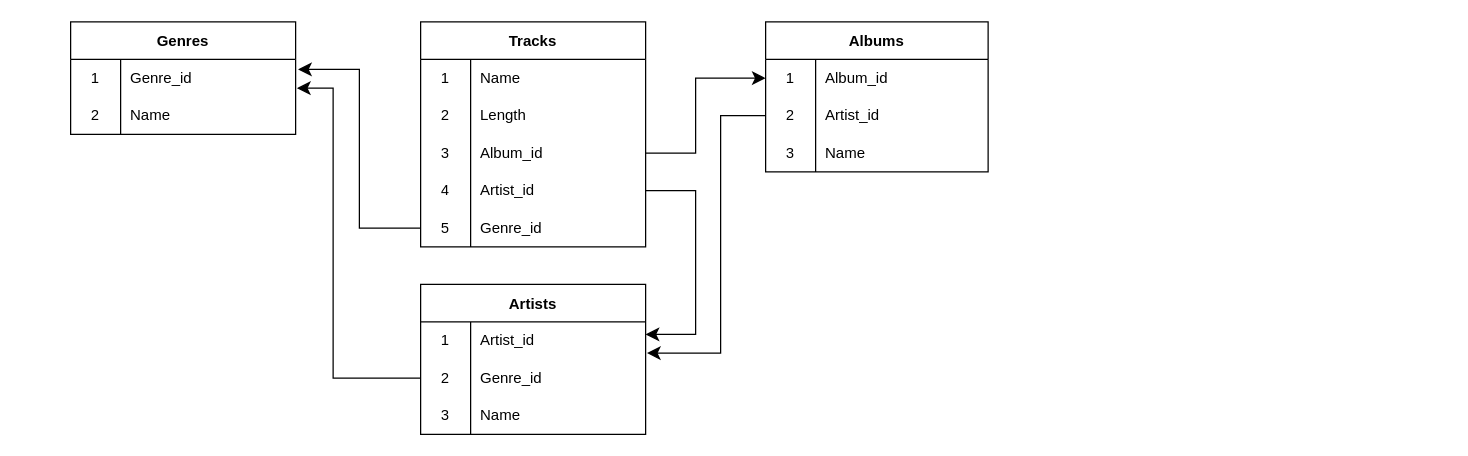
Earlier version of the draw.io diagram db_01.drawio (DikVasDoPiL/db). Source tidied: cells renumbered, new cells numbered last; positions are measured from the earlier drawing's top-left corner, leaving out a move shared by most shapes. Both pictures are drawn from the tidied source at 125%, with x=0, y=0 at pixel (70, 21).
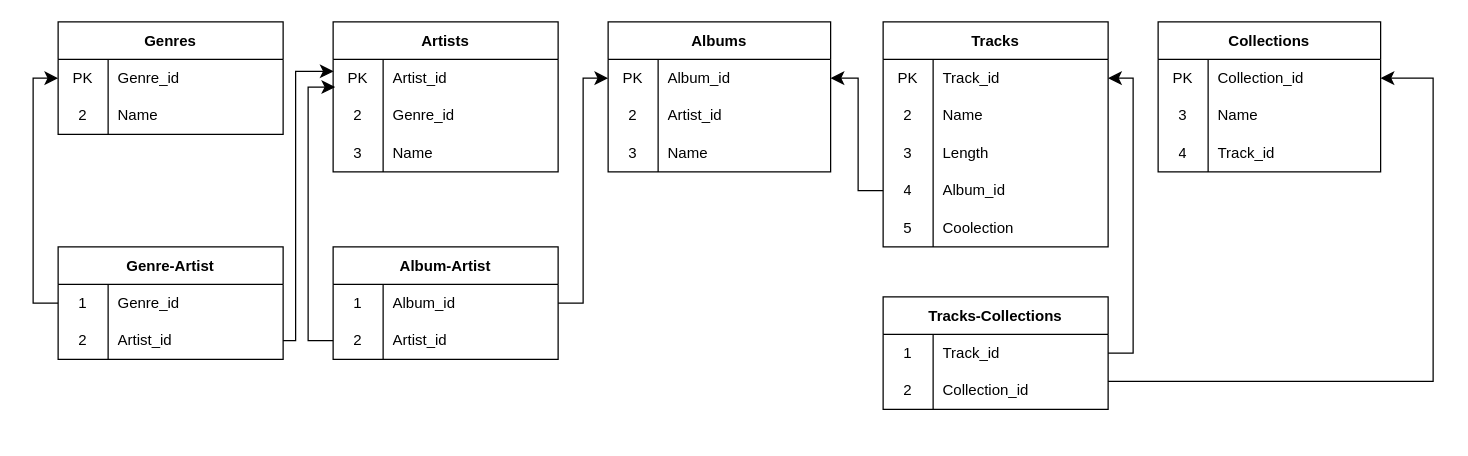
The same diagram, later.

Unchanged cells that the change refers to:
```xml
<mxCell id="3" style="shape=tableRow;horizontal=0;startSize=0;swimlaneHead=0;swimlaneBody=0;top=0;left=0;bottom=0;right=0;fillColor=none;" parent="2" vertex="1">
  <mxGeometry y="30" width="180" height="30" as="geometry" />
</mxCell>
<mxCell id="6" style="shape=tableRow;horizontal=0;startSize=0;swimlaneHead=0;swimlaneBody=0;top=0;left=0;bottom=0;right=0;fillColor=none;" parent="2" vertex="1">
  <mxGeometry y="60" width="180" height="30" as="geometry" />
</mxCell>
<mxCell id="9" style="shape=tableRow;horizontal=0;startSize=0;swimlaneHead=0;swimlaneBody=0;top=0;left=0;bottom=0;right=0;fillColor=none;points=[[0,0.5],[1,0.5]];portConstraint=eastwest;" parent="2" vertex="1">
  <mxGeometry y="90" width="180" height="30" as="geometry" />
</mxCell>
<mxCell id="12" style="shape=tableRow;horizontal=0;startSize=0;swimlaneHead=0;swimlaneBody=0;top=0;left=0;bottom=0;right=0;fillColor=none;points=[[0,0.5],[1,0.5]];portConstraint=eastwest;" parent="2" vertex="1">
  <mxGeometry y="120" width="180" height="30" as="geometry" />
</mxCell>
<mxCell id="15" style="shape=tableRow;horizontal=0;startSize=0;swimlaneHead=0;swimlaneBody=0;top=0;left=0;bottom=0;right=0;fillColor=none;points=[[0,0.5],[1,0.5]];portConstraint=eastwest;" parent="2" vertex="1">
  <mxGeometry y="150" width="180" height="30" as="geometry" />
</mxCell>
<mxCell id="19" style="shape=tableRow;horizontal=0;startSize=0;swimlaneHead=0;swimlaneBody=0;top=0;left=0;bottom=0;right=0;fillColor=none;points=[[0,0.5],[1,0.5]];portConstraint=eastwest;" parent="18" vertex="1">
  <mxGeometry y="30" width="180" height="30" as="geometry" />
</mxCell>
<mxCell id="27" style="shape=tableRow;horizontal=0;startSize=0;swimlaneHead=0;swimlaneBody=0;top=0;left=0;bottom=0;right=0;fillColor=none;points=[[0,0.5],[1,0.5]];portConstraint=eastwest;" parent="26" vertex="1">
  <mxGeometry y="30" width="180" height="30" as="geometry" />
</mxCell>
<mxCell id="30" style="shape=tableRow;horizontal=0;startSize=0;swimlaneHead=0;swimlaneBody=0;top=0;left=0;bottom=0;right=0;fillColor=none;points=[[0,0.5],[1,0.5]];portConstraint=eastwest;" parent="26" vertex="1">
  <mxGeometry y="60" width="180" height="30" as="geometry" />
</mxCell>
<mxCell id="39" style="shape=tableRow;horizontal=0;startSize=0;swimlaneHead=0;swimlaneBody=0;top=0;left=0;bottom=0;right=0;fillColor=none;points=[[0,0.5],[1,0.5]];portConstraint=eastwest;" parent="38" vertex="1">
  <mxGeometry y="30" width="178" height="30" as="geometry" />
</mxCell>
<mxCell id="42" style="shape=tableRow;horizontal=0;startSize=0;swimlaneHead=0;swimlaneBody=0;top=0;left=0;bottom=0;right=0;fillColor=none;points=[[0,0.5],[1,0.5]];portConstraint=eastwest;" parent="38" vertex="1">
  <mxGeometry y="60" width="178" height="30" as="geometry" />
</mxCell>
```

Diff of the diagram source:
```diff
@@
     <mxCell id="2" value="Tracks" style="shape=table;startSize=30;childLayout=tableLayout;rowLines=0;fontStyle=1;" parent="1" vertex="1">
-      <mxGeometry x="280" width="180" height="180" as="geometry" />
+      <mxGeometry x="650" width="180" height="180" as="geometry" />
     </mxCell>
@@
-    <mxCell id="4" value="1" style="shape=partialRectangle;html=1;whiteSpace=wrap;fillColor=none;top=0;left=0;bottom=0;right=0;overflow=hidden;" parent="3" vertex="1">
+    <mxCell id="4" value="PK" style="shape=partialRectangle;html=1;whiteSpace=wrap;fillColor=none;top=0;left=0;bottom=0;right=0;overflow=hidden;" parent="3" vertex="1">
       <mxGeometry width="40" height="30" as="geometry" />
     </mxCell>
-    <mxCell id="5" value="Name" style="shape=partialRectangle;html=1;whiteSpace=wrap;fillColor=none;top=0;left=0;bottom=0;right=0;align=left;spacingLeft=6;overflow=hidden;" parent="3" vertex="1">
+    <mxCell id="5" value="Track_id" style="shape=partialRectangle;html=1;whiteSpace=wrap;fillColor=none;top=0;left=0;bottom=0;right=0;align=left;spacingLeft=6;overflow=hidden;" parent="3" vertex="1">
       <mxGeometry x="40" width="140" height="30" as="geometry" />
     </mxCell>
@@
-    <mxCell id="8" value="Length" style="shape=partialRectangle;html=1;whiteSpace=wrap;fillColor=none;top=0;left=0;bottom=0;right=0;align=left;spacingLeft=6;overflow=hidden;" parent="6" vertex="1">
+    <mxCell id="8" value="Name" style="shape=partialRectangle;html=1;whiteSpace=wrap;fillColor=none;top=0;left=0;bottom=0;right=0;align=left;spacingLeft=6;overflow=hidden;" parent="6" vertex="1">
       <mxGeometry x="40" width="140" height="30" as="geometry" />
     </mxCell>
@@
-    <mxCell id="11" value="Album_id" style="shape=partialRectangle;html=1;whiteSpace=wrap;fillColor=none;top=0;left=0;bottom=0;right=0;align=left;spacingLeft=6;overflow=hidden;" parent="9" vertex="1">
+    <mxCell id="11" value="Length" style="shape=partialRectangle;html=1;whiteSpace=wrap;fillColor=none;top=0;left=0;bottom=0;right=0;align=left;spacingLeft=6;overflow=hidden;" parent="9" vertex="1">
       <mxGeometry x="40" width="140" height="30" as="geometry" />
     </mxCell>
@@
-    <mxCell id="14" value="Artist_id" style="shape=partialRectangle;html=1;whiteSpace=wrap;fillColor=none;top=0;left=0;bottom=0;right=0;align=left;spacingLeft=6;overflow=hidden;" parent="12" vertex="1">
+    <mxCell id="14" value="Album_id" style="shape=partialRectangle;html=1;whiteSpace=wrap;fillColor=none;top=0;left=0;bottom=0;right=0;align=left;spacingLeft=6;overflow=hidden;" parent="12" vertex="1">
       <mxGeometry x="40" width="140" height="30" as="geometry" />
     </mxCell>
@@
-    <mxCell id="17" value="Genre_id" style="shape=partialRectangle;html=1;whiteSpace=wrap;fillColor=none;top=0;left=0;bottom=0;right=0;align=left;spacingLeft=6;overflow=hidden;" parent="15" vertex="1">
-      <mxGeometry x="40" width="140" height="30" as="geometry" />
-    </mxCell>
+    <mxCell id="50" value="Coolection" style="shape=partialRectangle;html=1;whiteSpace=wrap;fillColor=none;top=0;left=0;bottom=0;right=0;align=left;spacingLeft=6;overflow=hidden;" parent="15" vertex="1">
+      <mxGeometry x="40" width="140" height="30" as="geometry" />
+    </mxCell>
     <mxCell id="18" value="Genres" style="shape=table;startSize=30;childLayout=tableLayout;rowLines=0;fontStyle=1;" parent="1" vertex="1">
-      <mxGeometry width="180" height="90" as="geometry" />
+      <mxGeometry x="-10" width="180" height="90" as="geometry" />
     </mxCell>
@@
-    <mxCell id="20" value="1" style="shape=partialRectangle;html=1;whiteSpace=wrap;fillColor=none;top=0;left=0;bottom=0;right=0;overflow=hidden;" parent="19" vertex="1">
+    <mxCell id="20" value="PK" style="shape=partialRectangle;html=1;whiteSpace=wrap;fillColor=none;top=0;left=0;bottom=0;right=0;overflow=hidden;" parent="19" vertex="1">
       <mxGeometry width="40" height="30" as="geometry" />
     </mxCell>
@@
-    <mxCell id="25" style="edgeStyle=elbowEdgeStyle;elbow=horizontal;endArrow=classic;html=1;curved=0;rounded=0;endSize=8;startSize=8;exitX=0;exitY=0.5;exitDx=0;exitDy=0;entryX=1.011;entryY=0.267;entryDx=0;entryDy=0;entryPerimeter=0;" parent="1" edge="1" source="15" target="19">
-      <mxGeometry relative="1" as="geometry" />
-    </mxCell>
     <mxCell id="26" value="Artists" style="shape=table;startSize=30;childLayout=tableLayout;rowLines=0;fontStyle=1;" parent="1" vertex="1">
-      <mxGeometry x="280" y="210" width="180" height="120" as="geometry" />
+      <mxGeometry x="210" width="180" height="120" as="geometry" />
     </mxCell>
@@
-    <mxCell id="28" value="1" style="shape=partialRectangle;html=1;whiteSpace=wrap;fillColor=none;top=0;left=0;bottom=0;right=0;overflow=hidden;" parent="27" vertex="1">
+    <mxCell id="28" value="PK" style="shape=partialRectangle;html=1;whiteSpace=wrap;fillColor=none;top=0;left=0;bottom=0;right=0;overflow=hidden;" parent="27" vertex="1">
       <mxGeometry width="40" height="30" as="geometry" />
     </mxCell>
@@
-    <mxCell id="36" style="edgeStyle=elbowEdgeStyle;elbow=horizontal;endArrow=classic;html=1;curved=0;rounded=0;endSize=8;startSize=8;exitX=0;exitY=0.5;exitDx=0;exitDy=0;entryX=1.006;entryY=0.767;entryDx=0;entryDy=0;entryPerimeter=0;" parent="1" edge="1" source="30" target="19">
-      <mxGeometry relative="1" as="geometry">
-        <Array as="points">
-          <mxPoint x="210" y="180" />
-        </Array>
-      </mxGeometry>
-    </mxCell>
-    <mxCell id="37" style="edgeStyle=elbowEdgeStyle;elbow=horizontal;endArrow=classic;html=1;curved=0;rounded=0;endSize=8;startSize=8;exitX=1;exitY=0.5;exitDx=0;exitDy=0;" parent="1" edge="1" source="12">
-      <mxGeometry relative="1" as="geometry">
-        <mxPoint x="460" y="250" as="targetPoint" />
-        <Array as="points">
-          <mxPoint x="500" y="200" />
-        </Array>
-      </mxGeometry>
-    </mxCell>
     <mxCell id="38" value="Albums" style="shape=table;startSize=30;childLayout=tableLayout;rowLines=0;fontStyle=1;" parent="1" vertex="1">
-      <mxGeometry x="556" width="178" height="120" as="geometry" />
+      <mxGeometry x="430" width="178" height="120" as="geometry" />
     </mxCell>
@@
-    <mxCell id="40" value="1" style="shape=partialRectangle;html=1;whiteSpace=wrap;fillColor=none;top=0;left=0;bottom=0;right=0;overflow=hidden;" parent="39" vertex="1">
+    <mxCell id="40" value="&lt;div&gt;PK&lt;/div&gt;" style="shape=partialRectangle;html=1;whiteSpace=wrap;fillColor=none;top=0;left=0;bottom=0;right=0;overflow=hidden;" parent="39" vertex="1">
       <mxGeometry width="40" height="30" as="geometry" />
     </mxCell>
@@
-    <mxCell id="48" style="edgeStyle=elbowEdgeStyle;elbow=horizontal;endArrow=classic;html=1;curved=0;rounded=0;endSize=8;startSize=8;exitX=1;exitY=0.5;exitDx=0;exitDy=0;entryX=0;entryY=0.5;entryDx=0;entryDy=0;" parent="1" edge="1" source="9" target="39">
-      <mxGeometry relative="1" as="geometry">
-        <Array as="points">
-          <mxPoint x="500" y="70" />
-        </Array>
-      </mxGeometry>
-    </mxCell>
-    <mxCell id="49" style="edgeStyle=elbowEdgeStyle;elbow=horizontal;endArrow=classic;html=1;curved=0;rounded=0;endSize=8;startSize=8;exitX=0;exitY=0.5;exitDx=0;exitDy=0;entryX=1.006;entryY=0.833;entryDx=0;entryDy=0;entryPerimeter=0;" parent="1" edge="1" source="42" target="27">
-      <mxGeometry relative="1" as="geometry">
-        <Array as="points">
-          <mxPoint x="520" y="170" />
-        </Array>
-      </mxGeometry>
-    </mxCell>
+    <mxCell id="51" style="edgeStyle=elbowEdgeStyle;elbow=horizontal;endArrow=classic;html=1;curved=0;rounded=0;endSize=8;startSize=8;entryX=1;entryY=0.5;entryDx=0;entryDy=0;exitX=0;exitY=0.5;exitDx=0;exitDy=0;" parent="1" edge="1" source="12" target="39">
+      <mxGeometry relative="1" as="geometry">
+        <Array as="points">
+          <mxPoint x="630" y="90" />
+        </Array>
+      </mxGeometry>
+    </mxCell>
+    <mxCell id="52" value="Genre-Artist" style="shape=table;startSize=30;childLayout=tableLayout;rowLines=0;fontStyle=1;" parent="1" vertex="1">
+      <mxGeometry x="-10" y="180" width="180" height="90" as="geometry" />
+    </mxCell>
+    <mxCell id="53" style="shape=tableRow;horizontal=0;startSize=0;swimlaneHead=0;swimlaneBody=0;top=0;left=0;bottom=0;right=0;fillColor=none;points=[[0,0.5],[1,0.5]];portConstraint=eastwest;" parent="52" vertex="1">
+      <mxGeometry y="30" width="180" height="30" as="geometry" />
+    </mxCell>
+    <mxCell id="54" value="1" style="shape=partialRectangle;html=1;whiteSpace=wrap;fillColor=none;top=0;left=0;bottom=0;right=0;overflow=hidden;" parent="53" vertex="1">
+      <mxGeometry width="40" height="30" as="geometry" />
+    </mxCell>
+    <mxCell id="17" value="Genre_id" style="shape=partialRectangle;html=1;whiteSpace=wrap;fillColor=none;top=0;left=0;bottom=0;right=0;align=left;spacingLeft=6;overflow=hidden;" parent="53" vertex="1">
+      <mxGeometry x="40" width="140" height="30" as="geometry" />
+    </mxCell>
+    <mxCell id="55" style="shape=tableRow;horizontal=0;startSize=0;swimlaneHead=0;swimlaneBody=0;top=0;left=0;bottom=0;right=0;fillColor=none;points=[[0,0.5],[1,0.5]];portConstraint=eastwest;" parent="52" vertex="1">
+      <mxGeometry y="60" width="180" height="30" as="geometry" />
+    </mxCell>
+    <mxCell id="56" value="2" style="shape=partialRectangle;html=1;whiteSpace=wrap;fillColor=none;top=0;left=0;bottom=0;right=0;overflow=hidden;" parent="55" vertex="1">
+      <mxGeometry width="40" height="30" as="geometry" />
+    </mxCell>
+    <mxCell id="57" value="Artist_id" style="shape=partialRectangle;html=1;whiteSpace=wrap;fillColor=none;top=0;left=0;bottom=0;right=0;align=left;spacingLeft=6;overflow=hidden;" parent="55" vertex="1">
+      <mxGeometry x="40" width="140" height="30" as="geometry" />
+    </mxCell>
+    <mxCell id="58" style="edgeStyle=elbowEdgeStyle;elbow=horizontal;endArrow=classic;html=1;curved=0;rounded=0;endSize=8;startSize=8;exitX=0;exitY=0.5;exitDx=0;exitDy=0;entryX=0;entryY=0.5;entryDx=0;entryDy=0;" parent="1" edge="1" source="53" target="19">
+      <mxGeometry relative="1" as="geometry">
+        <Array as="points">
+          <mxPoint x="-30" y="140" />
+        </Array>
+      </mxGeometry>
+    </mxCell>
+    <mxCell id="59" style="edgeStyle=elbowEdgeStyle;elbow=horizontal;endArrow=classic;html=1;curved=0;rounded=0;endSize=8;startSize=8;entryX=0.002;entryY=0.319;entryDx=0;entryDy=0;exitX=1;exitY=0.5;exitDx=0;exitDy=0;entryPerimeter=0;" parent="1" edge="1" source="55" target="27">
+      <mxGeometry relative="1" as="geometry">
+        <Array as="points">
+          <mxPoint x="180" y="150" />
+        </Array>
+      </mxGeometry>
+    </mxCell>
+    <mxCell id="60" value="Collections" style="shape=table;startSize=30;childLayout=tableLayout;rowLines=0;fontStyle=1;" parent="1" vertex="1">
+      <mxGeometry x="870" width="178" height="120" as="geometry" />
+    </mxCell>
+    <mxCell id="61" style="shape=tableRow;horizontal=0;startSize=0;swimlaneHead=0;swimlaneBody=0;top=0;left=0;bottom=0;right=0;fillColor=none;points=[[0,0.5],[1,0.5]];portConstraint=eastwest;" parent="60" vertex="1">
+      <mxGeometry y="30" width="178" height="30" as="geometry" />
+    </mxCell>
+    <mxCell id="62" value="&lt;div&gt;PK&lt;/div&gt;" style="shape=partialRectangle;html=1;whiteSpace=wrap;fillColor=none;top=0;left=0;bottom=0;right=0;overflow=hidden;" parent="61" vertex="1">
+      <mxGeometry width="40" height="30" as="geometry" />
+    </mxCell>
+    <mxCell id="63" value="Collection_id" style="shape=partialRectangle;html=1;whiteSpace=wrap;fillColor=none;top=0;left=0;bottom=0;right=0;align=left;spacingLeft=6;overflow=hidden;" parent="61" vertex="1">
+      <mxGeometry x="40" width="138" height="30" as="geometry" />
+    </mxCell>
+    <mxCell id="64" style="shape=tableRow;horizontal=0;startSize=0;swimlaneHead=0;swimlaneBody=0;top=0;left=0;bottom=0;right=0;fillColor=none;" parent="60" vertex="1">
+      <mxGeometry y="60" width="178" height="30" as="geometry" />
+    </mxCell>
+    <mxCell id="65" value="3" style="shape=partialRectangle;html=1;whiteSpace=wrap;fillColor=none;top=0;left=0;bottom=0;right=0;overflow=hidden;" parent="64" vertex="1">
+      <mxGeometry width="40" height="30" as="geometry" />
+    </mxCell>
+    <mxCell id="66" value="Name" style="shape=partialRectangle;html=1;whiteSpace=wrap;fillColor=none;top=0;left=0;bottom=0;right=0;align=left;spacingLeft=6;overflow=hidden;" parent="64" vertex="1">
+      <mxGeometry x="40" width="138" height="30" as="geometry" />
+    </mxCell>
+    <mxCell id="67" style="shape=tableRow;horizontal=0;startSize=0;swimlaneHead=0;swimlaneBody=0;top=0;left=0;bottom=0;right=0;fillColor=none;" parent="60" vertex="1">
+      <mxGeometry y="90" width="178" height="30" as="geometry" />
+    </mxCell>
+    <mxCell id="68" value="4" style="shape=partialRectangle;html=1;whiteSpace=wrap;fillColor=none;top=0;left=0;bottom=0;right=0;overflow=hidden;" parent="67" vertex="1">
+      <mxGeometry width="40" height="30" as="geometry" />
+    </mxCell>
+    <mxCell id="69" value="Track_id" style="shape=partialRectangle;html=1;whiteSpace=wrap;fillColor=none;top=0;left=0;bottom=0;right=0;align=left;spacingLeft=6;overflow=hidden;" parent="67" vertex="1">
+      <mxGeometry x="40" width="138" height="30" as="geometry" />
+    </mxCell>
+    <mxCell id="70" value="Album-Artist" style="shape=table;startSize=30;childLayout=tableLayout;rowLines=0;fontStyle=1;" parent="1" vertex="1">
+      <mxGeometry x="210" y="180" width="180" height="90" as="geometry" />
+    </mxCell>
+    <mxCell id="71" style="shape=tableRow;horizontal=0;startSize=0;swimlaneHead=0;swimlaneBody=0;top=0;left=0;bottom=0;right=0;fillColor=none;points=[[0,0.5],[1,0.5]];portConstraint=eastwest;" parent="70" vertex="1">
+      <mxGeometry y="30" width="180" height="30" as="geometry" />
+    </mxCell>
+    <mxCell id="72" value="1" style="shape=partialRectangle;html=1;whiteSpace=wrap;fillColor=none;top=0;left=0;bottom=0;right=0;overflow=hidden;" parent="71" vertex="1">
+      <mxGeometry width="40" height="30" as="geometry" />
+    </mxCell>
+    <mxCell id="73" value="Album_id" style="shape=partialRectangle;html=1;whiteSpace=wrap;fillColor=none;top=0;left=0;bottom=0;right=0;align=left;spacingLeft=6;overflow=hidden;" parent="71" vertex="1">
+      <mxGeometry x="40" width="140" height="30" as="geometry" />
+    </mxCell>
+    <mxCell id="74" style="shape=tableRow;horizontal=0;startSize=0;swimlaneHead=0;swimlaneBody=0;top=0;left=0;bottom=0;right=0;fillColor=none;points=[[0,0.5],[1,0.5]];portConstraint=eastwest;" parent="70" vertex="1">
+      <mxGeometry y="60" width="180" height="30" as="geometry" />
+    </mxCell>
+    <mxCell id="75" value="2" style="shape=partialRectangle;html=1;whiteSpace=wrap;fillColor=none;top=0;left=0;bottom=0;right=0;overflow=hidden;" parent="74" vertex="1">
+      <mxGeometry width="40" height="30" as="geometry" />
+    </mxCell>
+    <mxCell id="76" value="Artist_id" style="shape=partialRectangle;html=1;whiteSpace=wrap;fillColor=none;top=0;left=0;bottom=0;right=0;align=left;spacingLeft=6;overflow=hidden;" parent="74" vertex="1">
+      <mxGeometry x="40" width="140" height="30" as="geometry" />
+    </mxCell>
+    <mxCell id="77" style="edgeStyle=elbowEdgeStyle;elbow=horizontal;endArrow=classic;html=1;curved=0;rounded=0;endSize=8;startSize=8;exitX=0;exitY=0.5;exitDx=0;exitDy=0;entryX=0.009;entryY=0.739;entryDx=0;entryDy=0;entryPerimeter=0;" parent="1" edge="1" source="74" target="27">
+      <mxGeometry relative="1" as="geometry">
+        <Array as="points">
+          <mxPoint x="190" y="140" />
+        </Array>
+      </mxGeometry>
+    </mxCell>
+    <mxCell id="78" style="edgeStyle=elbowEdgeStyle;elbow=horizontal;endArrow=classic;html=1;curved=0;rounded=0;endSize=8;startSize=8;entryX=0;entryY=0.5;entryDx=0;entryDy=0;exitX=1;exitY=0.5;exitDx=0;exitDy=0;" parent="1" edge="1" source="71" target="39">
+      <mxGeometry relative="1" as="geometry">
+        <Array as="points">
+          <mxPoint x="410" y="130" />
+        </Array>
+      </mxGeometry>
+    </mxCell>
+    <mxCell id="79" value="Tracks-Collections" style="shape=table;startSize=30;childLayout=tableLayout;rowLines=0;fontStyle=1;" parent="1" vertex="1">
+      <mxGeometry x="650" y="220" width="180" height="90" as="geometry" />
+    </mxCell>
+    <mxCell id="80" style="shape=tableRow;horizontal=0;startSize=0;swimlaneHead=0;swimlaneBody=0;top=0;left=0;bottom=0;right=0;fillColor=none;" parent="79" vertex="1">
+      <mxGeometry y="30" width="180" height="30" as="geometry" />
+    </mxCell>
+    <mxCell id="81" value="1" style="shape=partialRectangle;html=1;whiteSpace=wrap;fillColor=none;top=0;left=0;bottom=0;right=0;overflow=hidden;" parent="80" vertex="1">
+      <mxGeometry width="40" height="30" as="geometry" />
+    </mxCell>
+    <mxCell id="82" value="Track_id" style="shape=partialRectangle;html=1;whiteSpace=wrap;fillColor=none;top=0;left=0;bottom=0;right=0;align=left;spacingLeft=6;overflow=hidden;" parent="80" vertex="1">
+      <mxGeometry x="40" width="140" height="30" as="geometry" />
+    </mxCell>
+    <mxCell id="83" style="shape=tableRow;horizontal=0;startSize=0;swimlaneHead=0;swimlaneBody=0;top=0;left=0;bottom=0;right=0;fillColor=none;" parent="79" vertex="1">
+      <mxGeometry y="60" width="180" height="30" as="geometry" />
+    </mxCell>
+    <mxCell id="84" value="2" style="shape=partialRectangle;html=1;whiteSpace=wrap;fillColor=none;top=0;left=0;bottom=0;right=0;overflow=hidden;" parent="83" vertex="1">
+      <mxGeometry width="40" height="30" as="geometry" />
+    </mxCell>
+    <mxCell id="85" value="Collection_id" style="shape=partialRectangle;html=1;whiteSpace=wrap;fillColor=none;top=0;left=0;bottom=0;right=0;align=left;spacingLeft=6;overflow=hidden;" parent="83" vertex="1">
+      <mxGeometry x="40" width="140" height="30" as="geometry" />
+    </mxCell>
+    <mxCell id="86" style="edgeStyle=elbowEdgeStyle;elbow=horizontal;endArrow=classic;html=1;curved=0;rounded=0;endSize=8;startSize=8;entryX=1;entryY=0.5;entryDx=0;entryDy=0;exitX=1;exitY=0.75;exitDx=0;exitDy=0;" parent="1" edge="1" source="79" target="61">
+      <mxGeometry relative="1" as="geometry">
+        <Array as="points">
+          <mxPoint x="1090" y="190" />
+        </Array>
+      </mxGeometry>
+    </mxCell>
+    <mxCell id="87" style="edgeStyle=elbowEdgeStyle;elbow=horizontal;endArrow=classic;html=1;curved=0;rounded=0;endSize=8;startSize=8;exitX=1;exitY=0.5;exitDx=0;exitDy=0;entryX=1;entryY=0.25;entryDx=0;entryDy=0;" parent="1" edge="1" source="79" target="2">
+      <mxGeometry relative="1" as="geometry">
+        <Array as="points">
+          <mxPoint x="850" y="160" />
+        </Array>
+      </mxGeometry>
+    </mxCell>
```
